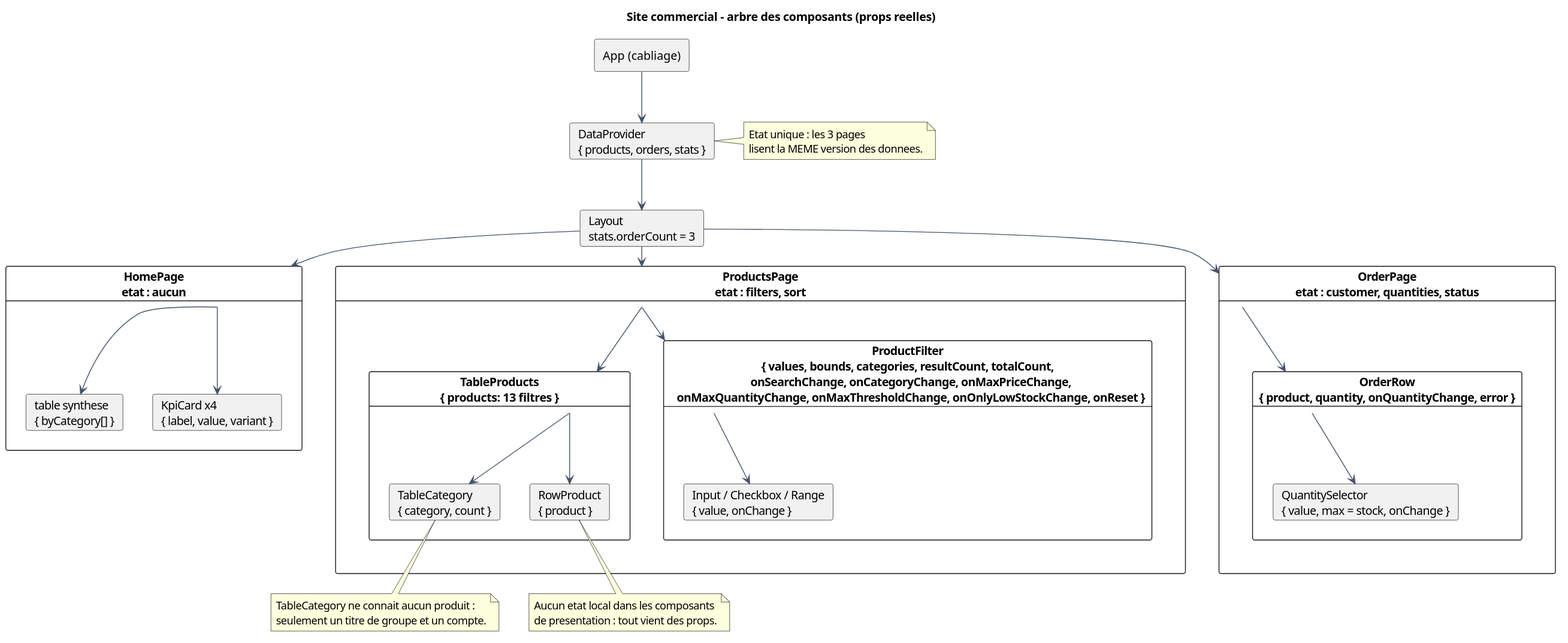
Earlier version of the PlantUML export docs/diagrammes/02-arbre-composants.svg (wenkais196-Gabriel/mini-projet-site-commercial).
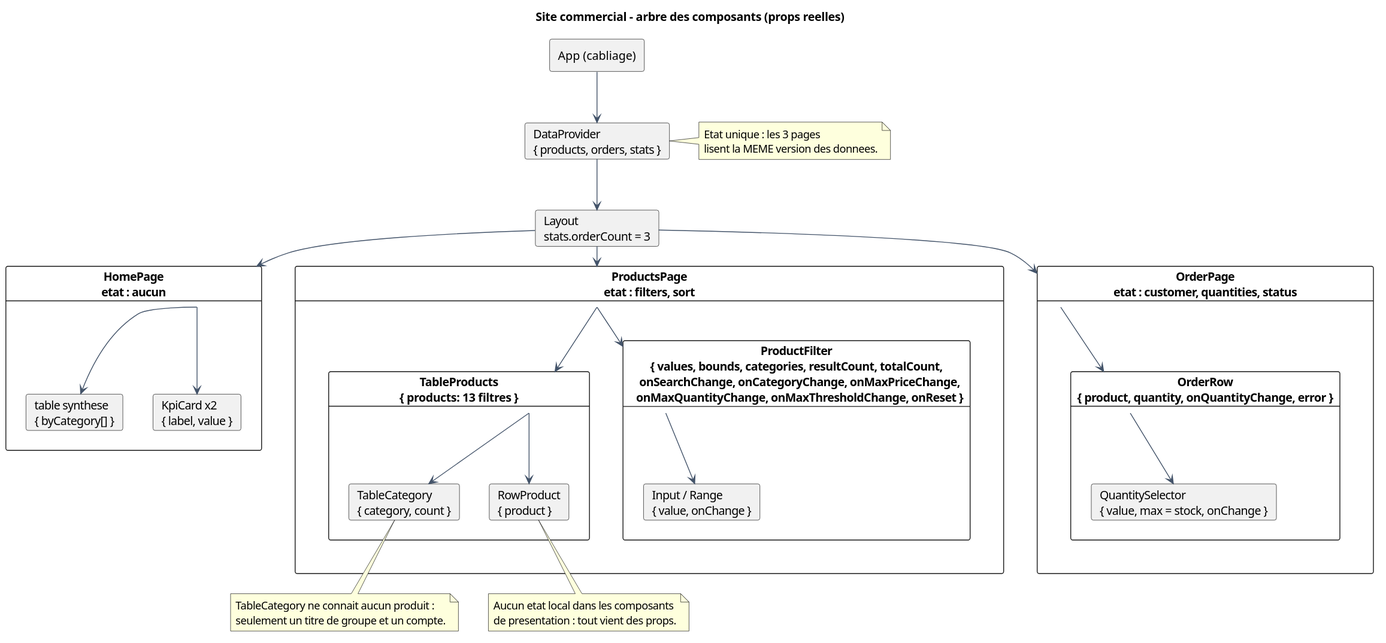
After the change.

Diff of the diagram source:
```diff
@@ -15,13 +15,13 @@
 }
 
 card "HomePage\netat : aucun" as Accueil {
-  card "KpiCard x4\n{ label, value, variant }" as K1
+  card "KpiCard x2\n{ label, value }" as K1
   card "table synthese\n{ byCategory[] }" as K2
 }
 
 card "ProductsPage\netat : filters, sort" as Produits {
-  card "ProductFilter\n{ values, bounds, categories, resultCount, totalCount,\n  onSearchChange, onCategoryChange, onMaxPriceChange,\n  onMaxQuantityChange, onMaxThresholdChange, onOnlyLowStockChange, onReset }" as F {
-    card "Input / Checkbox / Range\n{ value, onChange }" as Atomes
+  card "ProductFilter\n{ values, bounds, categories, resultCount, totalCount,\n  onSearchChange, onCategoryChange, onMaxPriceChange,\n  onMaxQuantityChange, onMaxThresholdChange, onReset }" as F {
+    card "Input / Range\n{ value, onChange }" as Atomes
   }
   card "TableProducts\n{ products: 13 filtres }" as T {
     card "TableCategory\n{ category, count }" as C
```
